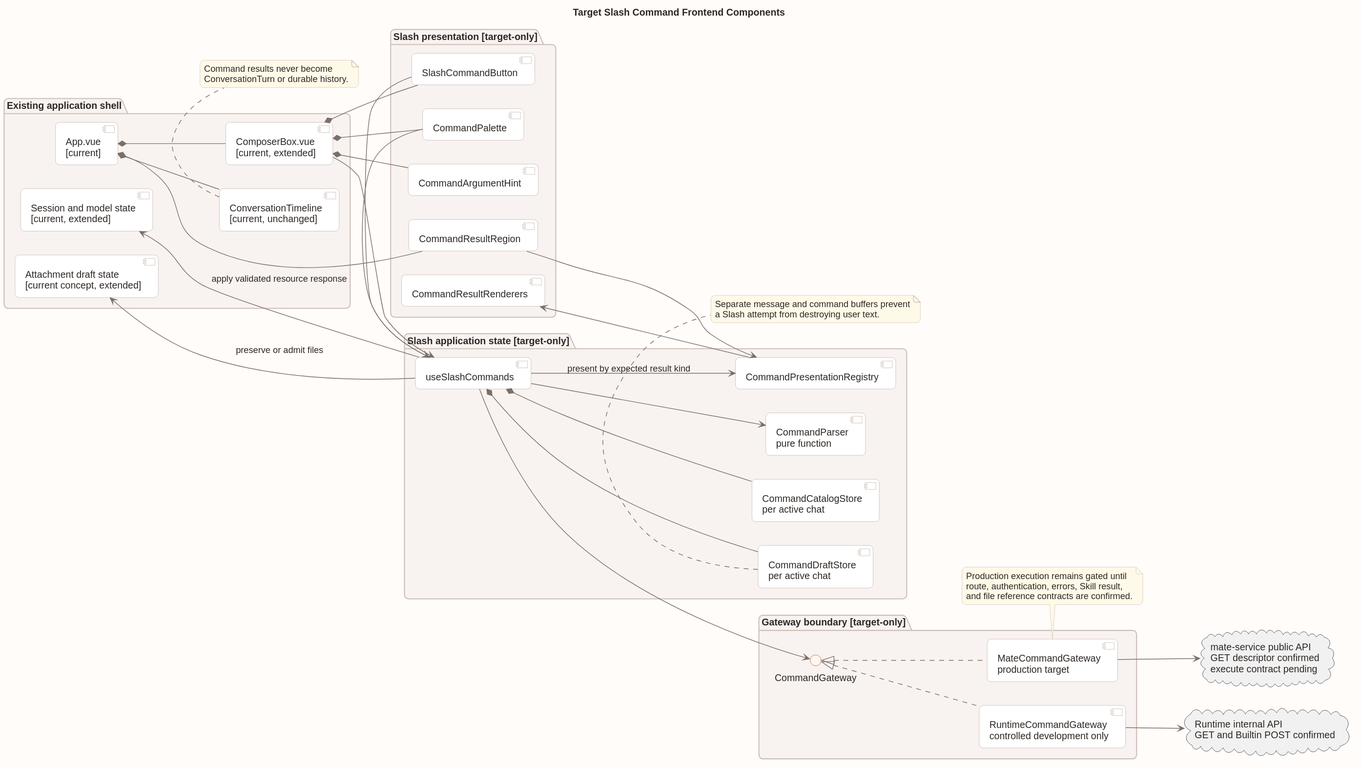
This is 04-命令与技能/00-Slash-Command通用模块/前端设计/target_slash_command_frontend_components.svg from ssm0808/pi-mono-java-design, a PlantUML export, as it was before one commit.
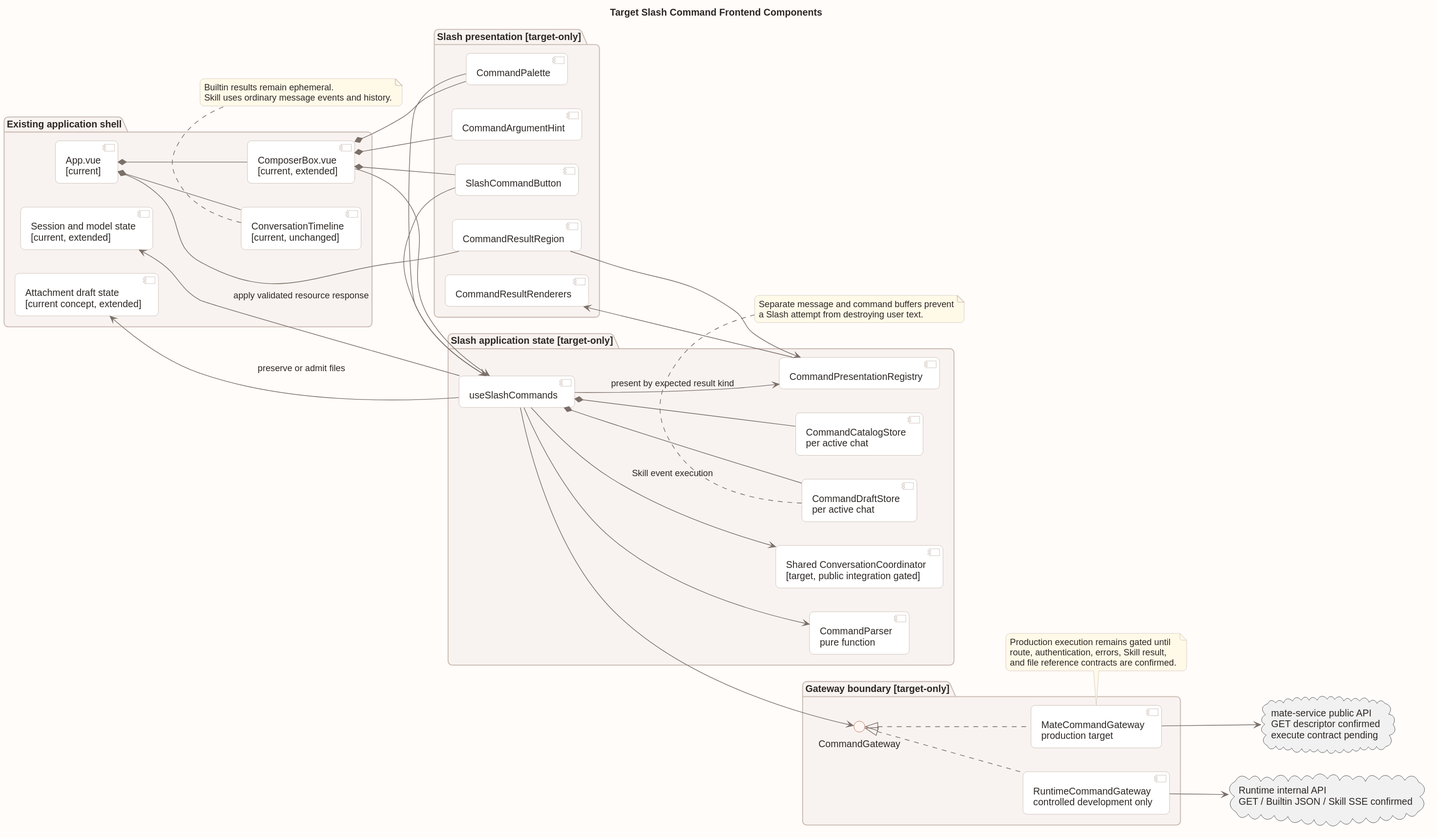
The same diagram one commit later.

Change to the diagram source:
```diff
@@ -40,6 +40,7 @@
   component "CommandCatalogStore\nper active chat" as CatalogStore
   component "CommandParser\npure function" as Parser
   component "CommandPresentationRegistry" as Registry
+  component "Shared ConversationCoordinator\n[target, public integration gated]" as Conversation
 }
 
 package "Gateway boundary [target-only]" as GatewayPkg {
@@ -49,7 +50,7 @@
 }
 
 cloud "mate-service public API\nGET descriptor confirmed\nexecute contract pending" as MateApi
-cloud "Runtime internal API\nGET and Builtin POST confirmed" as RuntimeApi
+cloud "Runtime internal API\nGET / Builtin JSON / Skill SSE confirmed" as RuntimeApi
 
 App *-- Composer
 App *-- Timeline
@@ -66,6 +67,7 @@
 UseSlash --> Parser
 UseSlash --> Registry : present by expected result kind
 UseSlash --> Gateway
+UseSlash --> Conversation : Skill event execution
 UseSlash --> SessionState : apply validated resource response
 UseSlash --> AttachmentState : preserve or admit files
 Registry --> Renderers
@@ -75,8 +77,8 @@
 RuntimeGateway --> RuntimeApi
 
 note bottom of Timeline
-  Command results never become
-  ConversationTurn or durable history.
+  Builtin results remain ephemeral.
+  Skill uses ordinary message events and history.
 end note
 
 note bottom of MateGateway
```
